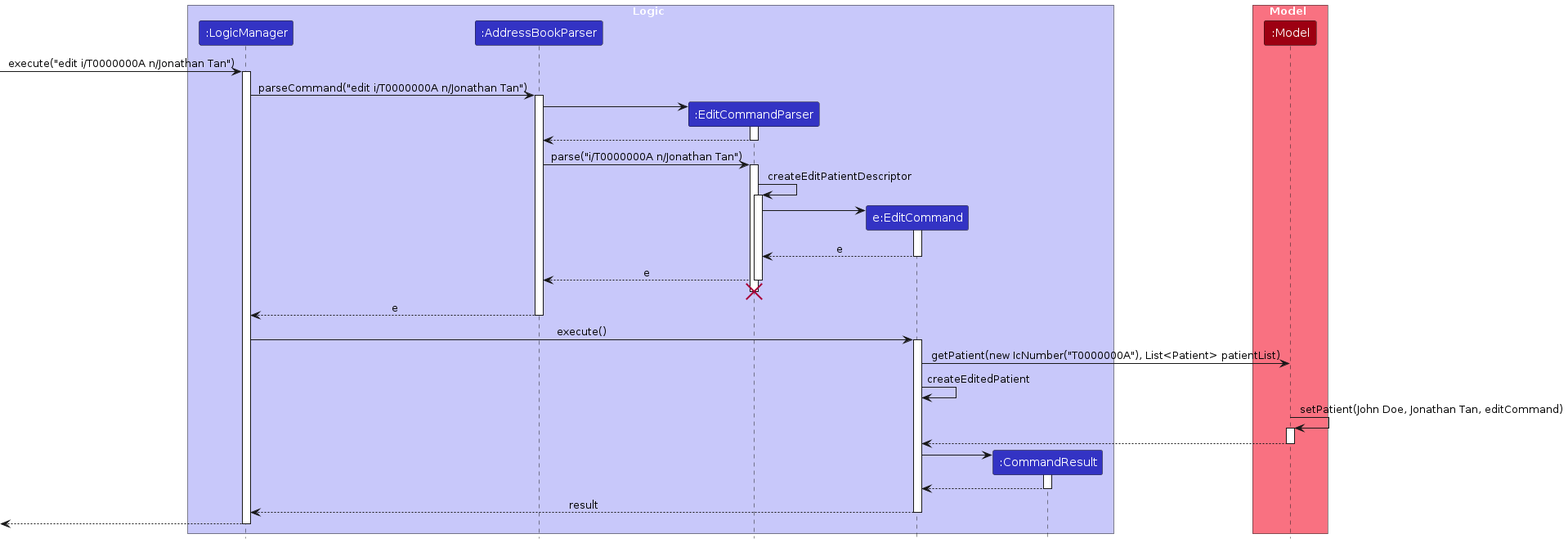
This is diagrams/EditSequenceDiagram.png from AaronJT1/tp, a PlantUML export, as it was before one commit. Its source is kept beside it as diagrams/EditSequenceDiagram.puml. Source of this version:
```plantuml
@startuml
!include style.puml
skinparam ArrowFontStyle plain

box Logic LOGIC_COLOR_T1
participant ":LogicManager" as LogicManager LOGIC_COLOR
participant ":AddressBookParser" as AddressBookParser LOGIC_COLOR
participant ":EditCommandParser" as EditCommandParser LOGIC_COLOR
participant "e:EditCommand" as EditCommand LOGIC_COLOR
participant ":CommandResult" as CommandResult LOGIC_COLOR
end box

box Model MODEL_COLOR_T1
participant ":Model" as Model MODEL_COLOR
end box

[-> LogicManager : execute("edit i/T0000000A n/Jonathan Tan")
activate LogicManager

LogicManager -> AddressBookParser : parseCommand("edit i/T0000000A n/Jonathan Tan")
activate AddressBookParser

create EditCommandParser
AddressBookParser -> EditCommandParser
activate EditCommandParser

EditCommandParser --> AddressBookParser
deactivate EditCommandParser

AddressBookParser -> EditCommandParser : parse("i/T0000000A n/Jonathan Tan")
activate EditCommandParser

EditCommandParser -> EditCommandParser : createEditPatientDescriptor
activate EditCommandParser

create EditCommand
EditCommandParser -> EditCommand
activate EditCommand

EditCommand --> EditCommandParser : e
deactivate EditCommand

EditCommandParser --> AddressBookParser : e
deactivate EditCommandParser
EditCommandParser -[hidden]-> AddressBookParser
destroy EditCommandParser

AddressBookParser --> LogicManager : e
deactivate AddressBookParser

LogicManager -> EditCommand : execute()
activate EditCommand

EditCommand -> Model : getPatient(new IcNumber("T0000000A"), List<Patient> patientList)
EditCommand -> EditCommand : createEditedPatient
Model -> Model : setPatient(John Doe, Jonathan Tan, editCommand)
activate Model

Model --> EditCommand
deactivate Model

create CommandResult
EditCommand -> CommandResult
activate CommandResult

CommandResult --> EditCommand
deactivate CommandResult

EditCommand --> LogicManager : result
deactivate EditCommand

[<--LogicManager
deactivate LogicManager
@enduml
```
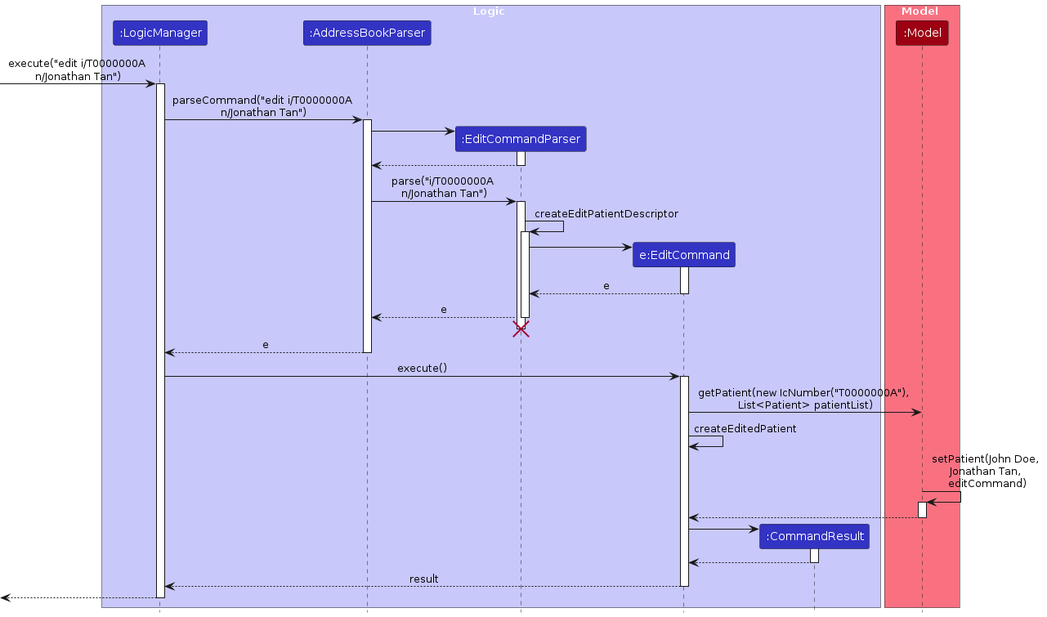
The same file after the commit.

Change to the diagram source:
```diff
@@ -14,10 +14,10 @@
 participant ":Model" as Model MODEL_COLOR
 end box
 
-[-> LogicManager : execute("edit i/T0000000A n/Jonathan Tan")
+[-> LogicManager : execute("edit i/T0000000A \nn/Jonathan Tan")
 activate LogicManager
 
-LogicManager -> AddressBookParser : parseCommand("edit i/T0000000A n/Jonathan Tan")
+LogicManager -> AddressBookParser : parseCommand("edit i/T0000000A \nn/Jonathan Tan")
 activate AddressBookParser
 
 create EditCommandParser
@@ -27,7 +27,7 @@
 EditCommandParser --> AddressBookParser
 deactivate EditCommandParser
 
-AddressBookParser -> EditCommandParser : parse("i/T0000000A n/Jonathan Tan")
+AddressBookParser -> EditCommandParser : parse("i/T0000000A \nn/Jonathan Tan")
 activate EditCommandParser
 
 EditCommandParser -> EditCommandParser : createEditPatientDescriptor
@@ -51,9 +51,9 @@
 LogicManager -> EditCommand : execute()
 activate EditCommand
 
-EditCommand -> Model : getPatient(new IcNumber("T0000000A"), List<Patient> patientList)
+EditCommand -> Model : getPatient(new IcNumber("T0000000A"), \nList<Patient> patientList)
 EditCommand -> EditCommand : createEditedPatient
-Model -> Model : setPatient(John Doe, Jonathan Tan, editCommand)
+Model -> Model : setPatient(John Doe, \nJonathan Tan, \neditCommand)
 activate Model
 
 Model --> EditCommand
```
